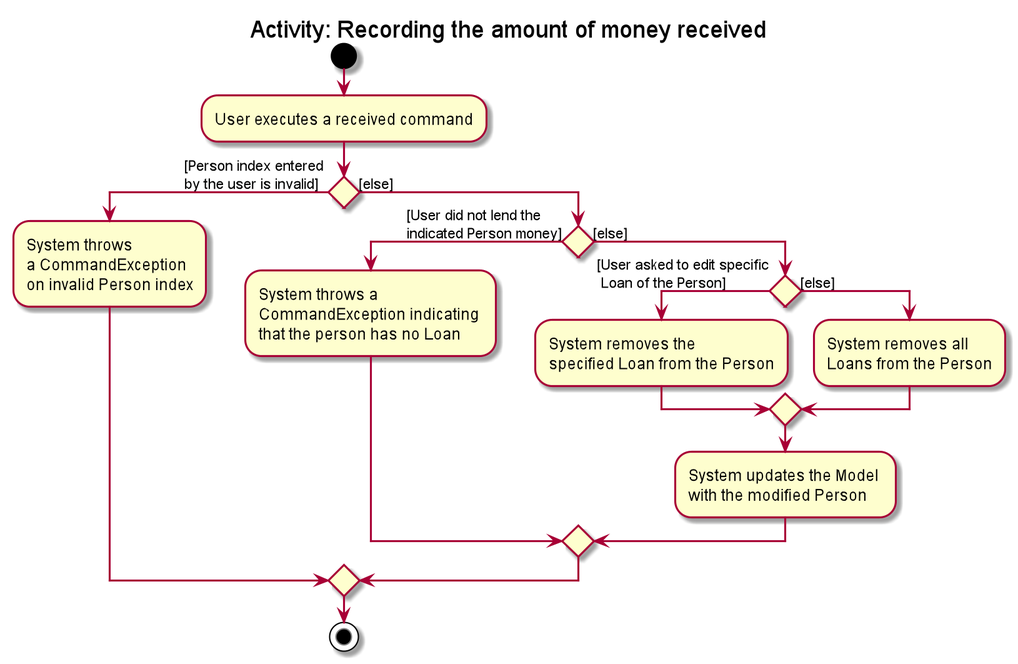
Before: docs/images/ReceivedActivityDiagram.png, a diagram exported from PlantUML (syinyichen/main).
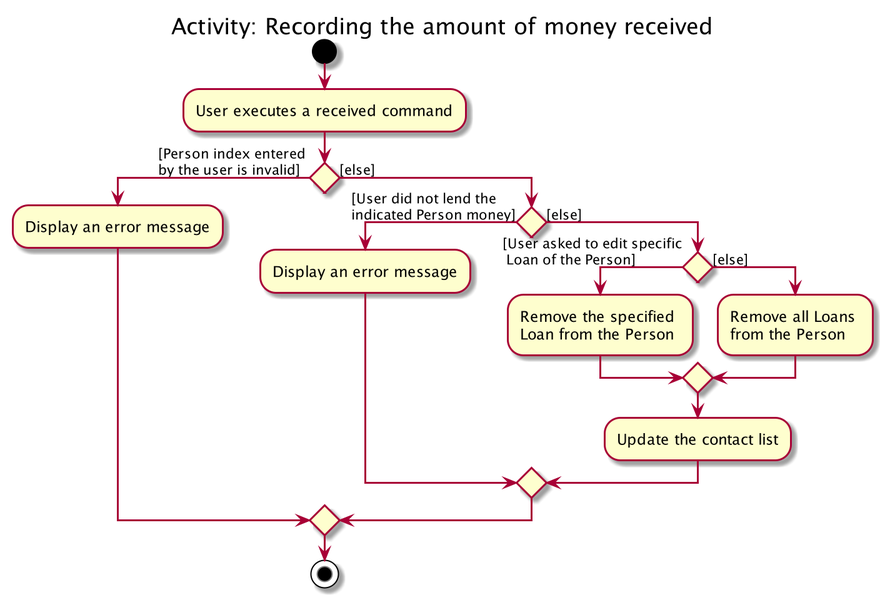
The same file after the commit.

The edit, as a diff of the source:
```diff
@@ -4,17 +4,17 @@
 :User executes a received command;
 
 if () then ([Person index entered \nby the user is invalid])
-    :System throws \na CommandException \non invalid Person index;
+    :Display an error message;
 else ([else])
     if () then ([User did not lend the \nindicated Person money])
-        :System throws a \nCommandException indicating \nthat the person has no Loan;
+        :Display an error message;
     else ([else])
         if () then ([User asked to edit specific\n Loan of the Person])
-            :System removes the \nspecified Loan from the Person;
+            :Remove the specified \nLoan from the Person;
         else ([else])
-            :System removes all \nLoans from the Person;
+            :Remove all Loans \nfrom the Person;
         endif
-        :System updates the Model \nwith the modified Person;
+        :Update the contact list;
     endif
 endif
 stop
```
